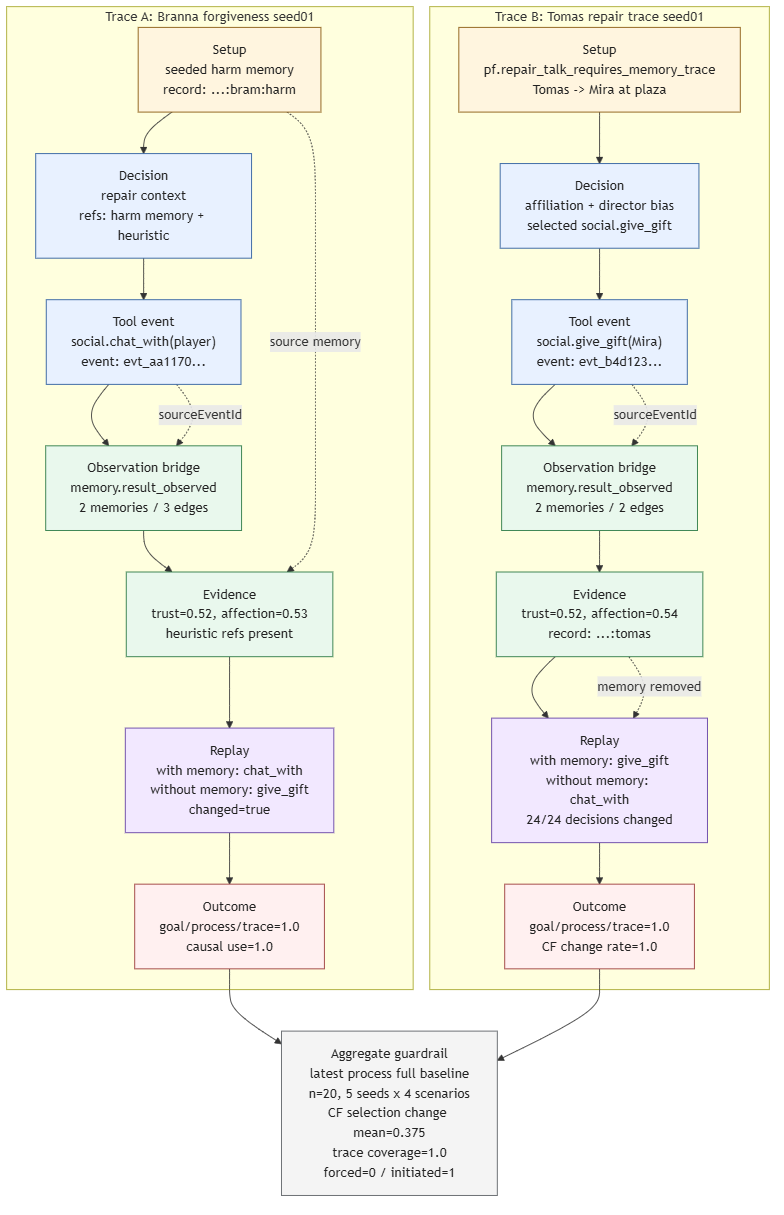
This is paper/generated/figures/trace_evidence_chain_figure3.png from EMT5320/loomstead, a Mermaid export, as it was before one commit. Its source is kept beside it as paper/diagrams/trace_evidence_chain_figure3.mmd.
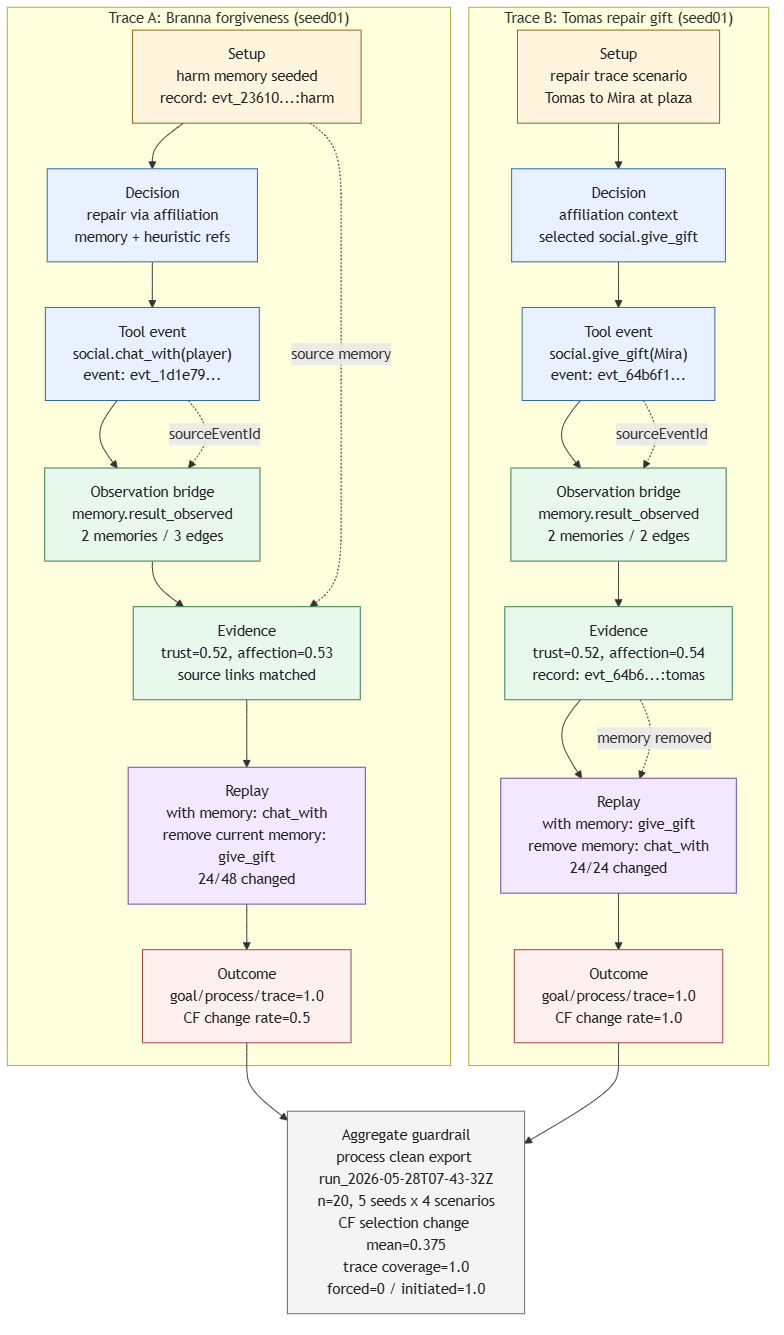
The same diagram one commit later.

Commit message:
docs(eval): refresh reviewer packet and figure 3 evidence

Diff of the diagram source:
```diff
@@ -1,33 +1,33 @@
 flowchart TB
-  subgraph TraceA["Trace A: Branna forgiveness seed01"]
+  subgraph TraceA["Trace A: Branna forgiveness (seed01)"]
     direction LR
-    ASetup["Setup\nseeded harm memory\nrecord: ...:bram:harm"]
-    ADecision["Decision\nrepair context\nrefs: harm memory + heuristic"]
-    ATool["Tool event\nsocial.chat_with(player)\nevent: evt_aa1170..."]
+    ASetup["Setup\nharm memory seeded\nrecord: evt_23610...:harm"]
+    ADecision["Decision\nrepair via affiliation\nmemory + heuristic refs"]
+    ATool["Tool event\nsocial.chat_with(player)\nevent: evt_1d1e79..."]
     ABridge["Observation bridge\nmemory.result_observed\n2 memories / 3 edges"]
-    AEvidence["Evidence\ntrust=0.52, affection=0.53\nheuristic refs present"]
-    AReplay["Replay\nwith memory: chat_with\nwithout memory: give_gift\nchanged=true"]
-    AOutcome["Outcome\ngoal/process/trace=1.0\ncausal use=1.0"]
+    AEvidence["Evidence\ntrust=0.52, affection=0.53\nsource links matched"]
+    AReplay["Replay\nwith memory: chat_with\nremove current memory: give_gift\n24/48 changed"]
+    AOutcome["Outcome\ngoal/process/trace=1.0\nCF change rate=0.5"]
     ASetup --> ADecision --> ATool --> ABridge --> AEvidence --> AReplay --> AOutcome
     ASetup -. "source memory" .-> AEvidence
     ATool -. "sourceEventId" .-> ABridge
   end
 
-  subgraph TraceB["Trace B: Tomas repair trace seed01"]
+  subgraph TraceB["Trace B: Tomas repair gift (seed01)"]
     direction LR
-    BSetup["Setup\npf.repair_talk_requires_memory_trace\nTomas -> Mira at plaza"]
-    BDecision["Decision\naffiliation + director bias\nselected social.give_gift"]
-    BTool["Tool event\nsocial.give_gift(Mira)\nevent: evt_b4d123..."]
+    BSetup["Setup\nrepair trace scenario\nTomas to Mira at plaza"]
+    BDecision["Decision\naffiliation context\nselected social.give_gift"]
+    BTool["Tool event\nsocial.give_gift(Mira)\nevent: evt_64b6f1..."]
     BBridge["Observation bridge\nmemory.result_observed\n2 memories / 2 edges"]
-    BEvidence["Evidence\ntrust=0.52, affection=0.54\nrecord: ...:tomas"]
-    BReplay["Replay\nwith memory: give_gift\nwithout memory: chat_with\n24/24 decisions changed"]
+    BEvidence["Evidence\ntrust=0.52, affection=0.54\nrecord: evt_64b6...:tomas"]
+    BReplay["Replay\nwith memory: give_gift\nremove memory: chat_with\n24/24 changed"]
     BOutcome["Outcome\ngoal/process/trace=1.0\nCF change rate=1.0"]
     BSetup --> BDecision --> BTool --> BBridge --> BEvidence --> BReplay --> BOutcome
     BTool -. "sourceEventId" .-> BBridge
     BEvidence -. "memory removed" .-> BReplay
   end
 
-  Aggregate["Aggregate guardrail\nlatest process full baseline\nn=20, 5 seeds x 4 scenarios\nCF selection change mean=0.375\ntrace coverage=1.0\nforced=0 / initiated=1"]
+  Aggregate["Aggregate guardrail\nprocess clean export run_2026-05-28T07-43-32Z\nn=20, 5 seeds x 4 scenarios\nCF selection change mean=0.375\ntrace coverage=1.0\nforced=0 / initiated=1.0"]
 
   AOutcome --> Aggregate
   BOutcome --> Aggregate
```
